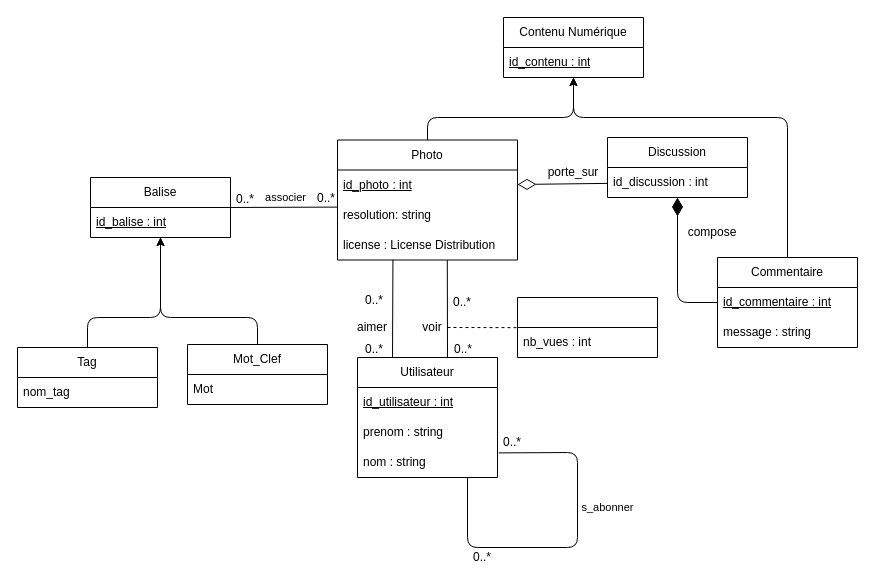
MorganNavel/BigData keeps this draw.io diagram as TD-TP1/Ex1/Modele_3/cdc3.drawio. Above is the earlier version. Source tidied: cells renumbered, new cells numbered last; positions are measured from the earlier drawing's top-left corner, leaving out a move shared by most shapes. Both pictures are drawn from the tidied source at 100%, with x=0, y=0 at pixel (17, 17).
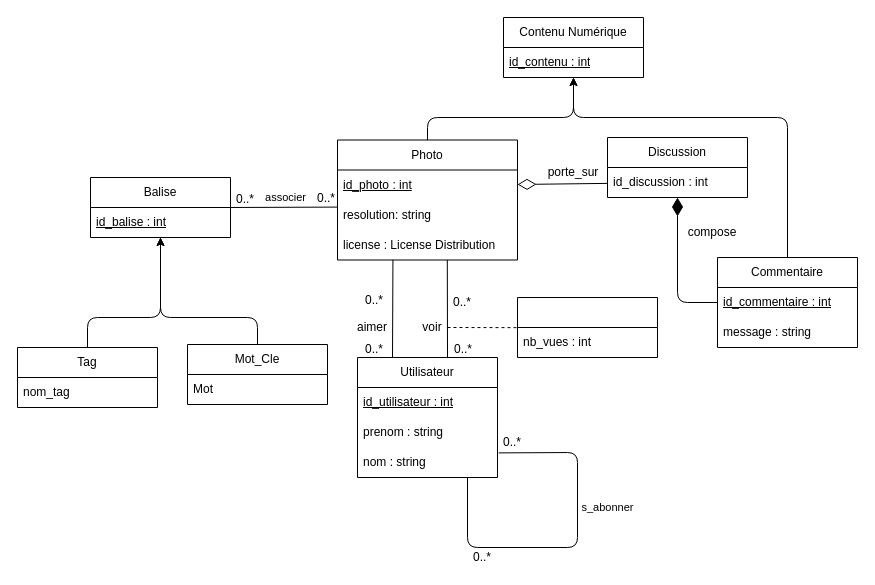
The same page after the edit.

The edit, as a diff of the source:
```diff
@@
-    <mxCell id="22" value="Mot_Clef" style="swimlane;fontStyle=0;horizontal=1;startSize=30;whiteSpace=wrap;html=1;" parent="1" vertex="1">
+    <mxCell id="22" value="Mot_Cle" style="swimlane;fontStyle=0;horizontal=1;startSize=30;whiteSpace=wrap;html=1;" parent="1" vertex="1">
       <mxGeometry x="170" y="327" width="140" height="60" as="geometry" />
     </mxCell>
```
